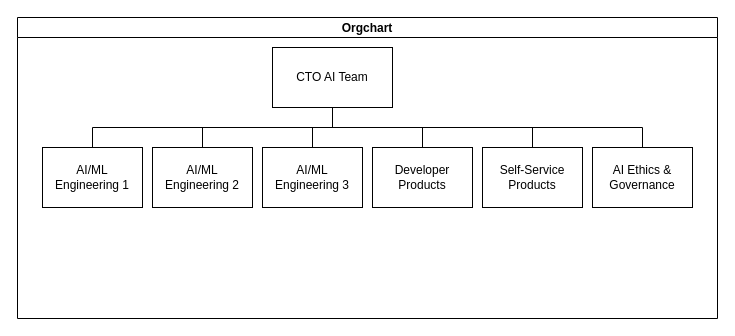
Before: Untitled Diagram.drawio in DarkRed7/draw, a draw.io diagram. Source tidied: cells renumbered, new cells numbered last; positions are measured from the earlier drawing's top-left corner, leaving out a move shared by most shapes. Both pictures are drawn from the tidied source at 100%, with x=0, y=0 at pixel (17, 17).
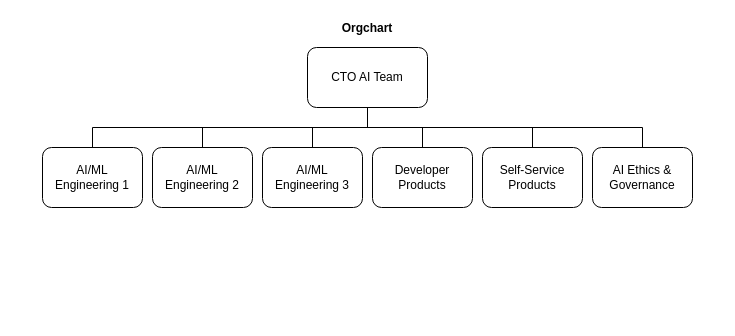
The same page after the edit.

Diff of the diagram source:
```diff
@@
 <mxGraphModel>
   <root>
     <mxCell id="0" />
     <mxCell id="1" parent="0" />
-    <mxCell id="2" value="Orgchart" style="swimlane;startSize=20;horizontal=1;containerType=tree;newEdgeStyle={&quot;edgeStyle&quot;:&quot;elbowEdgeStyle&quot;,&quot;startArrow&quot;:&quot;none&quot;,&quot;endArrow&quot;:&quot;none&quot;};" parent="1" vertex="1">
+    <mxCell id="2" value="Orgchart" style="swimlane;startSize=20;horizontal=1;containerType=tree;newEdgeStyle={&quot;edgeStyle&quot;:&quot;elbowEdgeStyle&quot;,&quot;startArrow&quot;:&quot;none&quot;,&quot;endArrow&quot;:&quot;none&quot;};swimlaneLine=0;rounded=0;strokeColor=none;fillColor=none;swimlaneFillColor=none;" parent="1" vertex="1">
       <mxGeometry width="700" height="301" as="geometry" />
     </mxCell>
-    <mxCell id="3" value="AI/ML Engineering 3" style="whiteSpace=wrap;html=1;align=center;verticalAlign=middle;newEdgeStyle={&quot;edgeStyle&quot;:&quot;elbowEdgeStyle&quot;,&quot;startArrow&quot;:&quot;none&quot;,&quot;endArrow&quot;:&quot;none&quot;};" parent="2" vertex="1">
+    <mxCell id="3" value="AI/ML Engineering 3" style="whiteSpace=wrap;html=1;align=center;verticalAlign=middle;newEdgeStyle={&quot;edgeStyle&quot;:&quot;elbowEdgeStyle&quot;,&quot;startArrow&quot;:&quot;none&quot;,&quot;endArrow&quot;:&quot;none&quot;};strokeColor=default;rounded=1;" parent="2" vertex="1">
       <mxGeometry x="245" y="130" width="100" height="60" as="geometry" />
     </mxCell>
-    <mxCell id="4" value="Self-Service Products" style="whiteSpace=wrap;html=1;align=center;verticalAlign=middle;newEdgeStyle={&quot;edgeStyle&quot;:&quot;elbowEdgeStyle&quot;,&quot;startArrow&quot;:&quot;none&quot;,&quot;endArrow&quot;:&quot;none&quot;};" parent="2" vertex="1">
+    <mxCell id="4" value="Self-Service Products" style="whiteSpace=wrap;html=1;align=center;verticalAlign=middle;newEdgeStyle={&quot;edgeStyle&quot;:&quot;elbowEdgeStyle&quot;,&quot;startArrow&quot;:&quot;none&quot;,&quot;endArrow&quot;:&quot;none&quot;};strokeColor=default;rounded=1;" parent="2" vertex="1">
       <mxGeometry x="465" y="130" width="100" height="60" as="geometry" />
     </mxCell>
-    <mxCell id="5" value="AI Ethics &amp;amp; Governance" style="whiteSpace=wrap;html=1;align=center;verticalAlign=middle;newEdgeStyle={&quot;edgeStyle&quot;:&quot;elbowEdgeStyle&quot;,&quot;startArrow&quot;:&quot;none&quot;,&quot;endArrow&quot;:&quot;none&quot;};" parent="2" vertex="1">
+    <mxCell id="5" value="AI Ethics &amp;amp; Governance" style="whiteSpace=wrap;html=1;align=center;verticalAlign=middle;newEdgeStyle={&quot;edgeStyle&quot;:&quot;elbowEdgeStyle&quot;,&quot;startArrow&quot;:&quot;none&quot;,&quot;endArrow&quot;:&quot;none&quot;};rounded=1;strokeColor=default;" parent="2" vertex="1">
       <mxGeometry x="575" y="130" width="100" height="60" as="geometry" />
     </mxCell>
-    <mxCell id="6" value="AI/ML Engineering 2" style="whiteSpace=wrap;html=1;align=center;verticalAlign=middle;newEdgeStyle={&quot;edgeStyle&quot;:&quot;elbowEdgeStyle&quot;,&quot;startArrow&quot;:&quot;none&quot;,&quot;endArrow&quot;:&quot;none&quot;};" parent="2" vertex="1">
+    <mxCell id="6" value="AI/ML Engineering 2" style="whiteSpace=wrap;html=1;align=center;verticalAlign=middle;newEdgeStyle={&quot;edgeStyle&quot;:&quot;elbowEdgeStyle&quot;,&quot;startArrow&quot;:&quot;none&quot;,&quot;endArrow&quot;:&quot;none&quot;};strokeColor=default;rounded=1;" parent="2" vertex="1">
       <mxGeometry x="135" y="130" width="100" height="60" as="geometry" />
     </mxCell>
-    <mxCell id="7" value="Developer Products" style="whiteSpace=wrap;html=1;align=center;verticalAlign=middle;newEdgeStyle={&quot;edgeStyle&quot;:&quot;elbowEdgeStyle&quot;,&quot;startArrow&quot;:&quot;none&quot;,&quot;endArrow&quot;:&quot;none&quot;};" parent="2" vertex="1">
+    <mxCell id="7" value="Developer Products" style="whiteSpace=wrap;html=1;align=center;verticalAlign=middle;newEdgeStyle={&quot;edgeStyle&quot;:&quot;elbowEdgeStyle&quot;,&quot;startArrow&quot;:&quot;none&quot;,&quot;endArrow&quot;:&quot;none&quot;};strokeColor=default;rounded=1;" parent="2" vertex="1">
       <mxGeometry x="355" y="130" width="100" height="60" as="geometry" />
     </mxCell>
-    <mxCell id="8" value="CTO AI Team" style="whiteSpace=wrap;html=1;align=center;newEdgeStyle={&quot;edgeStyle&quot;:&quot;elbowEdgeStyle&quot;,&quot;startArrow&quot;:&quot;none&quot;,&quot;endArrow&quot;:&quot;none&quot;};" parent="2" vertex="1">
-      <mxGeometry x="255" y="30" width="120" height="60" as="geometry" />
+    <mxCell id="8" value="CTO AI Team" style="whiteSpace=wrap;html=1;align=center;newEdgeStyle={&quot;edgeStyle&quot;:&quot;elbowEdgeStyle&quot;,&quot;startArrow&quot;:&quot;none&quot;,&quot;endArrow&quot;:&quot;none&quot;};strokeColor=default;rounded=1;" parent="2" vertex="1">
+      <mxGeometry x="290" y="30" width="120" height="60" as="geometry" />
     </mxCell>
-    <mxCell id="9" style="edgeStyle=elbowEdgeStyle;elbow=vertical;startArrow=none;endArrow=none;rounded=0;" parent="2" edge="1" source="8" target="3">
+    <mxCell id="9" style="edgeStyle=elbowEdgeStyle;elbow=vertical;startArrow=none;endArrow=none;rounded=0;strokeColor=default;" parent="2" edge="1" source="8" target="3">
       <mxGeometry relative="1" as="geometry" />
     </mxCell>
-    <mxCell id="10" style="edgeStyle=elbowEdgeStyle;elbow=vertical;startArrow=none;endArrow=none;rounded=0;" parent="2" edge="1" source="8" target="4">
+    <mxCell id="10" style="edgeStyle=elbowEdgeStyle;elbow=vertical;startArrow=none;endArrow=none;rounded=0;strokeColor=default;" parent="2" edge="1" source="8" target="4">
       <mxGeometry relative="1" as="geometry" />
     </mxCell>
-    <mxCell id="11" style="edgeStyle=elbowEdgeStyle;elbow=vertical;startArrow=none;endArrow=none;rounded=0;" parent="2" edge="1" source="8" target="5">
+    <mxCell id="11" style="edgeStyle=elbowEdgeStyle;elbow=vertical;startArrow=none;endArrow=none;rounded=0;strokeColor=default;" parent="2" edge="1" source="8" target="5">
       <mxGeometry relative="1" as="geometry" />
     </mxCell>
-    <mxCell id="12" style="edgeStyle=elbowEdgeStyle;elbow=vertical;startArrow=none;endArrow=none;rounded=0;" parent="2" edge="1" source="8" target="6">
+    <mxCell id="12" style="edgeStyle=elbowEdgeStyle;elbow=vertical;startArrow=none;endArrow=none;rounded=0;strokeColor=default;" parent="2" edge="1" source="8" target="6">
       <mxGeometry relative="1" as="geometry" />
     </mxCell>
-    <mxCell id="13" style="edgeStyle=elbowEdgeStyle;elbow=vertical;startArrow=none;endArrow=none;rounded=0;" parent="2" edge="1" source="8" target="7">
+    <mxCell id="13" style="edgeStyle=elbowEdgeStyle;elbow=vertical;startArrow=none;endArrow=none;rounded=0;strokeColor=default;" parent="2" edge="1" source="8" target="7">
       <mxGeometry relative="1" as="geometry" />
     </mxCell>
-    <mxCell id="14" style="edgeStyle=elbowEdgeStyle;elbow=vertical;startArrow=none;endArrow=none;rounded=0;" parent="2" edge="1" source="8" target="15">
+    <mxCell id="14" style="edgeStyle=elbowEdgeStyle;elbow=vertical;startArrow=none;endArrow=none;rounded=0;strokeColor=default;" parent="2" edge="1" source="8" target="15">
       <mxGeometry relative="1" as="geometry" />
     </mxCell>
-    <mxCell id="15" value="AI/ML Engineering 1" style="whiteSpace=wrap;html=1;align=center;verticalAlign=middle;newEdgeStyle={&quot;edgeStyle&quot;:&quot;elbowEdgeStyle&quot;,&quot;startArrow&quot;:&quot;none&quot;,&quot;endArrow&quot;:&quot;none&quot;};" parent="2" vertex="1">
+    <mxCell id="15" value="AI/ML Engineering 1" style="whiteSpace=wrap;html=1;align=center;verticalAlign=middle;newEdgeStyle={&quot;edgeStyle&quot;:&quot;elbowEdgeStyle&quot;,&quot;startArrow&quot;:&quot;none&quot;,&quot;endArrow&quot;:&quot;none&quot;};strokeColor=default;rounded=1;" parent="2" vertex="1">
       <mxGeometry x="25" y="130" width="100" height="60" as="geometry" />
     </mxCell>
   </root>
 </mxGraphModel>
```
